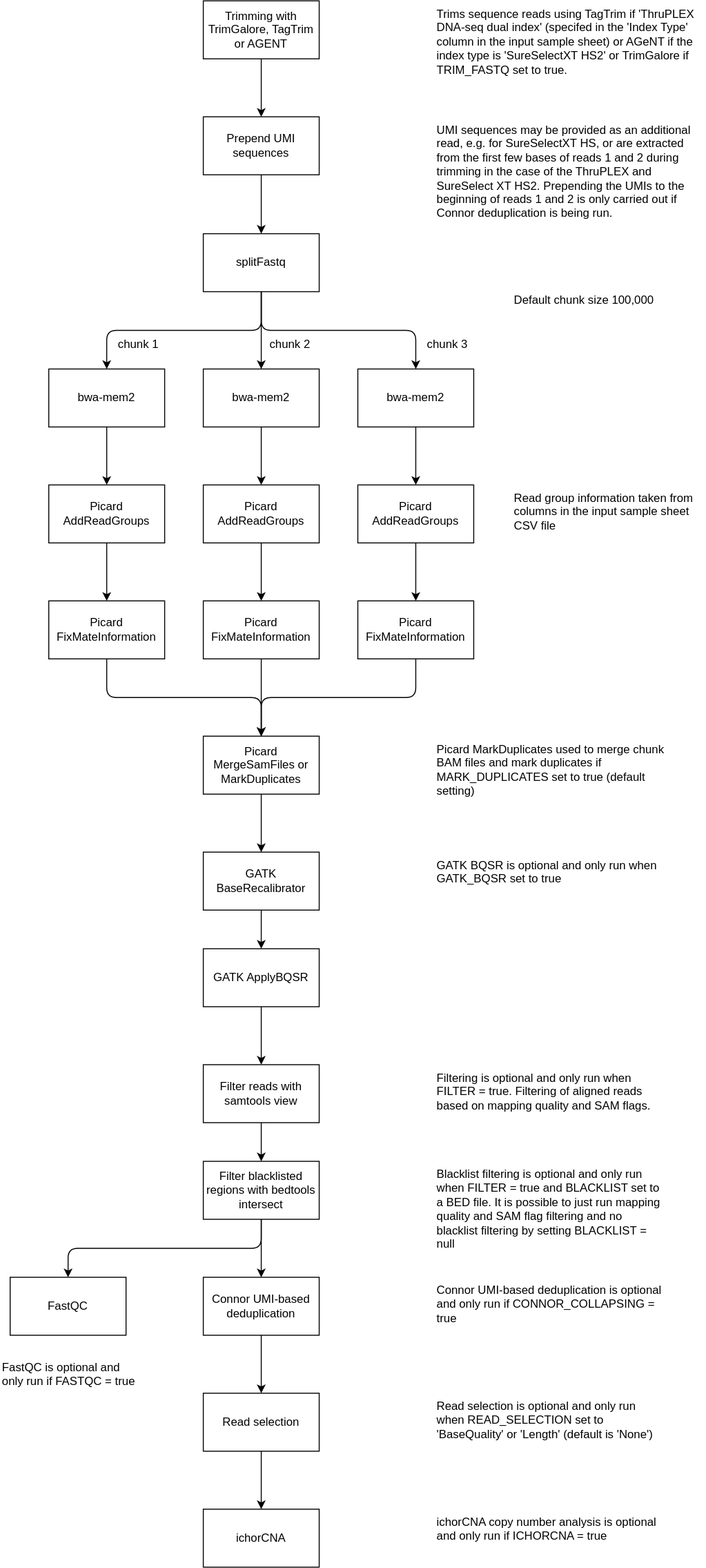
Before: docs/workflow.drawio.svg, a diagram exported from draw.io (nrlab-CRUK/TAP). Source tidied: cells renumbered, new cells last; positions are measured from the earlier drawing's top-left corner, leaving out a move shared by most shapes.
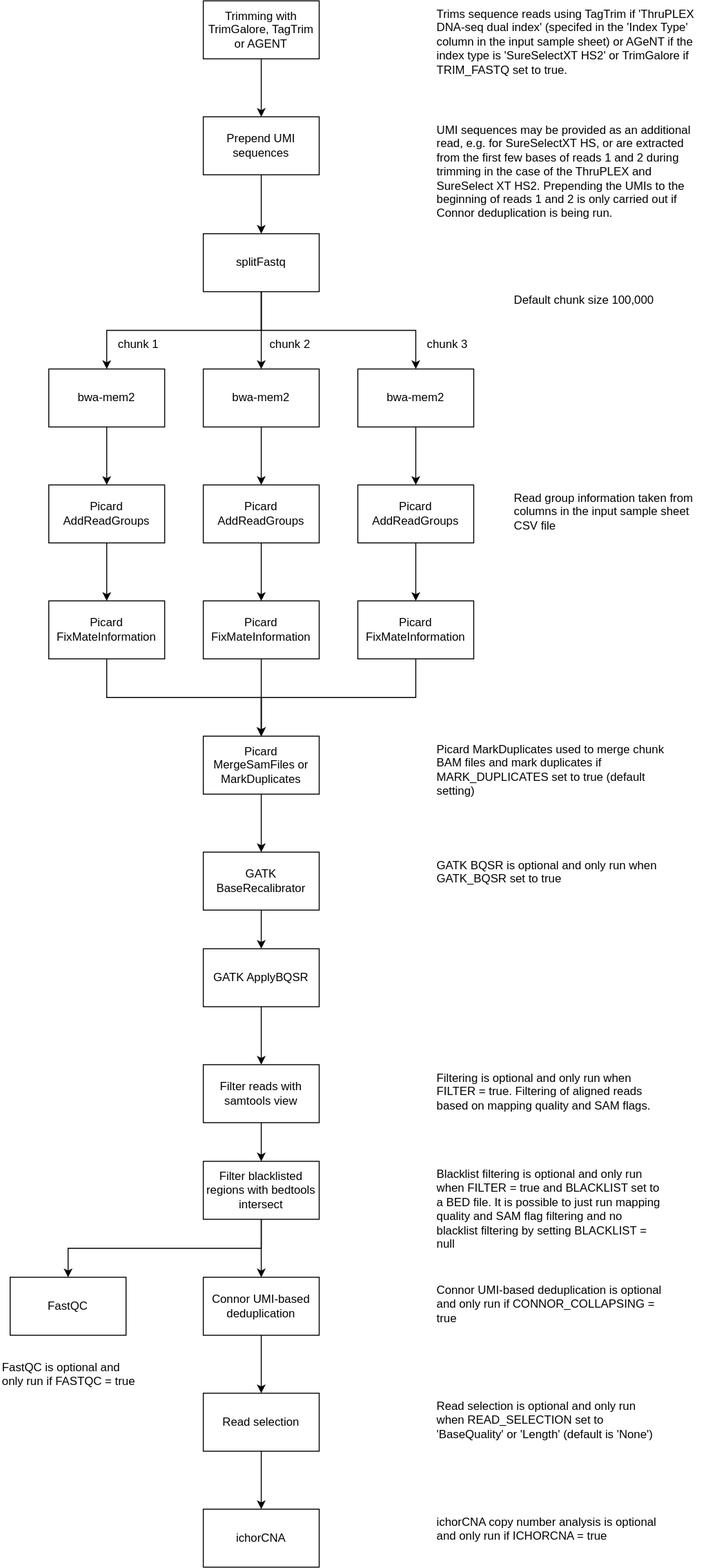
Above is the later version.

Commit message:
Change arrow style from rounded to sharp

The edit, as a diff of the source:
```diff
@@ -2,7 +2,7 @@
   <root>
     <mxCell id="0" />
     <mxCell id="1" parent="0" />
-    <mxCell id="2" style="edgeStyle=orthogonalEdgeStyle;html=1;exitX=0.5;exitY=1;exitDx=0;exitDy=0;entryX=0.5;entryY=0;entryDx=0;entryDy=0;rounded=1;fontColor=#000000;strokeColor=#000000;" parent="1" edge="1" source="3" target="7">
+    <mxCell id="2" style="edgeStyle=orthogonalEdgeStyle;html=1;exitX=0.5;exitY=1;exitDx=0;exitDy=0;entryX=0.5;entryY=0;entryDx=0;entryDy=0;rounded=0;fontColor=#000000;strokeColor=#000000;" parent="1" edge="1" source="3" target="7">
       <mxGeometry relative="1" as="geometry" />
     </mxCell>
     <mxCell id="3" value="splitFastq" style="rounded=0;whiteSpace=wrap;html=1;fontColor=#000000;strokeColor=#000000;fillColor=none;" parent="1" vertex="1">
@@ -35,7 +35,7 @@
     <mxCell id="12" value="bwa-mem2" style="rounded=0;whiteSpace=wrap;html=1;strokeColor=#000000;fontColor=#000000;fillColor=none;" parent="1" vertex="1">
       <mxGeometry x="370" y="381" width="120" height="60" as="geometry" />
     </mxCell>
-    <mxCell id="13" style="edgeStyle=orthogonalEdgeStyle;html=1;exitX=0.5;exitY=1;exitDx=0;exitDy=0;entryX=0.5;entryY=0;entryDx=0;entryDy=0;rounded=1;fontColor=#000000;strokeColor=#000000;" parent="1" edge="1" source="3" target="12">
+    <mxCell id="13" style="edgeStyle=orthogonalEdgeStyle;html=1;exitX=0.5;exitY=1;exitDx=0;exitDy=0;entryX=0.5;entryY=0;entryDx=0;entryDy=0;rounded=0;fontColor=#000000;strokeColor=#000000;" parent="1" edge="1" source="3" target="12">
       <mxGeometry relative="1" as="geometry" />
     </mxCell>
     <mxCell id="14" style="edgeStyle=orthogonalEdgeStyle;rounded=1;html=1;exitX=0.5;exitY=1;exitDx=0;exitDy=0;entryX=0.5;entryY=0;entryDx=0;entryDy=0;fontColor=#000000;strokeColor=#000000;" parent="1" edge="1" source="15" target="17">
@@ -65,7 +65,7 @@
     <mxCell id="22" value="Picard AddReadGroups" style="rounded=0;whiteSpace=wrap;html=1;fontColor=#000000;strokeColor=#000000;fillColor=none;" parent="1" vertex="1">
       <mxGeometry x="50" y="501" width="120" height="60" as="geometry" />
     </mxCell>
-    <mxCell id="23" style="edgeStyle=orthogonalEdgeStyle;rounded=1;html=1;exitX=0.5;exitY=1;exitDx=0;exitDy=0;entryX=0.5;entryY=0;entryDx=0;entryDy=0;fontColor=#000000;strokeColor=#000000;" parent="1" edge="1" source="24" target="19">
+    <mxCell id="23" style="edgeStyle=orthogonalEdgeStyle;rounded=0;html=1;exitX=0.5;exitY=1;exitDx=0;exitDy=0;entryX=0.5;entryY=0;entryDx=0;entryDy=0;fontColor=#000000;strokeColor=#000000;" parent="1" edge="1" source="24" target="19">
       <mxGeometry relative="1" as="geometry" />
     </mxCell>
     <mxCell id="24" value="Picard FixMateInformation" style="rounded=0;whiteSpace=wrap;html=1;fontColor=#000000;strokeColor=#000000;fillColor=none;" parent="1" vertex="1">
@@ -77,7 +77,7 @@
     <mxCell id="26" value="Picard AddReadGroups" style="rounded=0;whiteSpace=wrap;html=1;fontColor=#000000;strokeColor=#000000;fillColor=none;" parent="1" vertex="1">
       <mxGeometry x="370" y="501" width="120" height="60" as="geometry" />
     </mxCell>
-    <mxCell id="27" style="edgeStyle=orthogonalEdgeStyle;rounded=1;html=1;exitX=0.5;exitY=1;exitDx=0;exitDy=0;entryX=0.5;entryY=0;entryDx=0;entryDy=0;fontColor=#000000;strokeColor=#000000;" parent="1" edge="1" source="28" target="19">
+    <mxCell id="27" style="edgeStyle=orthogonalEdgeStyle;rounded=0;html=1;exitX=0.5;exitY=1;exitDx=0;exitDy=0;entryX=0.5;entryY=0;entryDx=0;entryDy=0;fontColor=#000000;strokeColor=#000000;" parent="1" edge="1" source="28" target="19">
       <mxGeometry relative="1" as="geometry" />
     </mxCell>
     <mxCell id="28" value="Picard FixMateInformation" style="rounded=0;whiteSpace=wrap;html=1;fontColor=#000000;strokeColor=#000000;fillColor=none;" parent="1" vertex="1">
@@ -116,7 +116,7 @@
     <mxCell id="39" style="edgeStyle=orthogonalEdgeStyle;rounded=1;html=1;exitX=0.5;exitY=1;exitDx=0;exitDy=0;entryX=0.5;entryY=0;entryDx=0;entryDy=0;fontColor=#000000;strokeColor=#000000;" parent="1" edge="1" source="41" target="45">
       <mxGeometry relative="1" as="geometry" />
     </mxCell>
-    <mxCell id="40" style="edgeStyle=orthogonalEdgeStyle;rounded=1;html=1;exitX=0.5;exitY=1;exitDx=0;exitDy=0;entryX=0.5;entryY=0;entryDx=0;entryDy=0;fontColor=#000000;strokeColor=#000000;" parent="1" edge="1" source="41" target="47">
+    <mxCell id="40" style="edgeStyle=orthogonalEdgeStyle;rounded=0;html=1;exitX=0.5;exitY=1;exitDx=0;exitDy=0;entryX=0.5;entryY=0;entryDx=0;entryDy=0;fontColor=#000000;strokeColor=#000000;" parent="1" edge="1" source="41" target="47">
       <mxGeometry relative="1" as="geometry" />
     </mxCell>
     <mxCell id="41" value="Filter blacklisted regions with bedtools intersect" style="rounded=0;whiteSpace=wrap;html=1;fontColor=#000000;strokeColor=#000000;fillColor=none;" parent="1" vertex="1">
```
